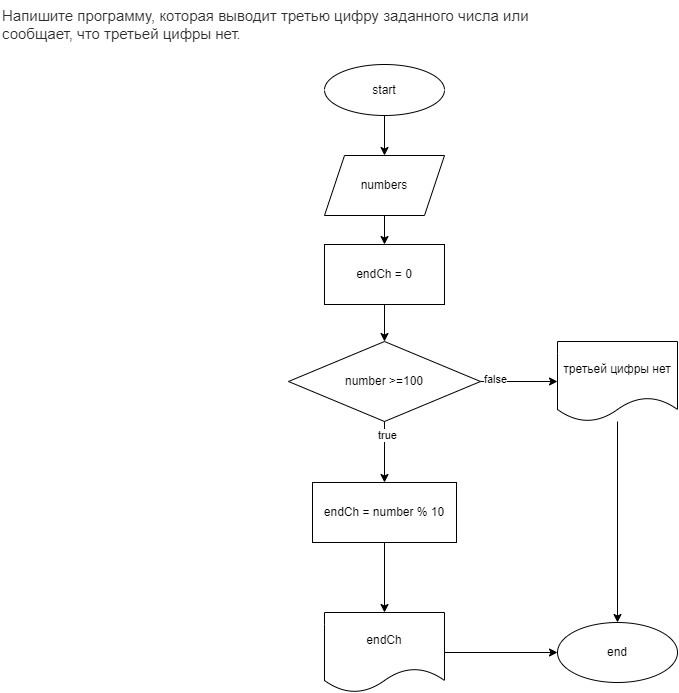
Chasik335/HW2 keeps this draw.io diagram as Task2/diagram.drawio.png. Above is the earlier version. Source tidied: cells renumbered, new cells last; positions are measured from the earlier drawing's top-left corner, leaving out a move shared by most shapes. The source it was exported from:
```xml
<mxGraphModel>
  <root>
    <mxCell id="0" />
    <mxCell id="1" parent="0" />
    <mxCell id="2" style="edgeStyle=none;html=1;" parent="1" edge="1" source="3" target="6">
      <mxGeometry relative="1" as="geometry" />
    </mxCell>
    <mxCell id="3" value="start" style="ellipse;whiteSpace=wrap;html=1;" parent="1" vertex="1">
      <mxGeometry x="324" y="64" width="120" height="51" as="geometry" />
    </mxCell>
    <mxCell id="4" value="&lt;span style=&quot;color: rgb(44, 45, 48); font-family: roboto, &amp;quot;san francisco&amp;quot;, &amp;quot;helvetica neue&amp;quot;, helvetica, arial; font-size: 15px; font-style: normal; font-weight: 400; letter-spacing: normal; text-indent: 0px; text-transform: none; word-spacing: 0px; background-color: rgb(255, 255, 255); display: inline; float: none;&quot;&gt;Напишите программу, которая выводит третью цифру заданного числа или сообщает, что третьей цифры нет.&lt;/span&gt;" style="text;whiteSpace=wrap;html=1;" parent="1" vertex="1">
      <mxGeometry width="540" height="44" as="geometry" />
    </mxCell>
    <mxCell id="5" style="edgeStyle=none;html=1;" parent="1" edge="1" source="6" target="8">
      <mxGeometry relative="1" as="geometry" />
    </mxCell>
    <mxCell id="6" value="numbers" style="shape=parallelogram;perimeter=parallelogramPerimeter;whiteSpace=wrap;html=1;fixedSize=1;" parent="1" vertex="1">
      <mxGeometry x="324" y="155" width="120" height="60" as="geometry" />
    </mxCell>
    <mxCell id="7" style="edgeStyle=none;html=1;" parent="1" edge="1" source="8" target="13">
      <mxGeometry relative="1" as="geometry" />
    </mxCell>
    <mxCell id="8" value="endCh = 0" style="whiteSpace=wrap;html=1;" parent="1" vertex="1">
      <mxGeometry x="324" y="244" width="120" height="60" as="geometry" />
    </mxCell>
    <mxCell id="9" style="edgeStyle=none;html=1;" parent="1" edge="1" source="13" target="15">
      <mxGeometry relative="1" as="geometry" />
    </mxCell>
    <mxCell id="10" value="true" style="edgeLabel;html=1;align=center;verticalAlign=middle;" parent="9" vertex="1">
      <mxGeometry x="-0.56" y="2" relative="1" as="geometry" />
    </mxCell>
    <mxCell id="11" style="edgeStyle=none;html=1;" parent="1" edge="1" source="13" target="19">
      <mxGeometry relative="1" as="geometry" />
    </mxCell>
    <mxCell id="12" value="false" style="edgeLabel;html=1;align=center;verticalAlign=middle;" parent="11" vertex="1">
      <mxGeometry x="-0.64" y="3" relative="1" as="geometry" />
    </mxCell>
    <mxCell id="13" value="number &amp;gt;=100" style="rhombus;whiteSpace=wrap;html=1;" parent="1" vertex="1">
      <mxGeometry x="288" y="341" width="192" height="80" as="geometry" />
    </mxCell>
    <mxCell id="14" style="edgeStyle=none;html=1;" parent="1" edge="1" source="15" target="17">
      <mxGeometry relative="1" as="geometry" />
    </mxCell>
    <mxCell id="15" value="endCh = number % 10" style="whiteSpace=wrap;html=1;" parent="1" vertex="1">
      <mxGeometry x="312" y="482" width="144" height="60" as="geometry" />
    </mxCell>
    <mxCell id="16" style="edgeStyle=none;html=1;" parent="1" edge="1" source="17" target="20">
      <mxGeometry relative="1" as="geometry" />
    </mxCell>
    <mxCell id="17" value="endCh" style="shape=document;whiteSpace=wrap;html=1;boundedLbl=1;" parent="1" vertex="1">
      <mxGeometry x="324" y="612" width="120" height="80" as="geometry" />
    </mxCell>
    <mxCell id="18" style="edgeStyle=none;html=1;entryX=0.5;entryY=0;entryDx=0;entryDy=0;" parent="1" edge="1" source="19" target="20">
      <mxGeometry relative="1" as="geometry" />
    </mxCell>
    <mxCell id="19" value="третьей цифры нет" style="shape=document;whiteSpace=wrap;html=1;boundedLbl=1;" parent="1" vertex="1">
      <mxGeometry x="557" y="341" width="120" height="80" as="geometry" />
    </mxCell>
    <mxCell id="20" value="end" style="ellipse;whiteSpace=wrap;html=1;" parent="1" vertex="1">
      <mxGeometry x="557" y="622" width="120" height="60" as="geometry" />
    </mxCell>
  </root>
</mxGraphModel>
```
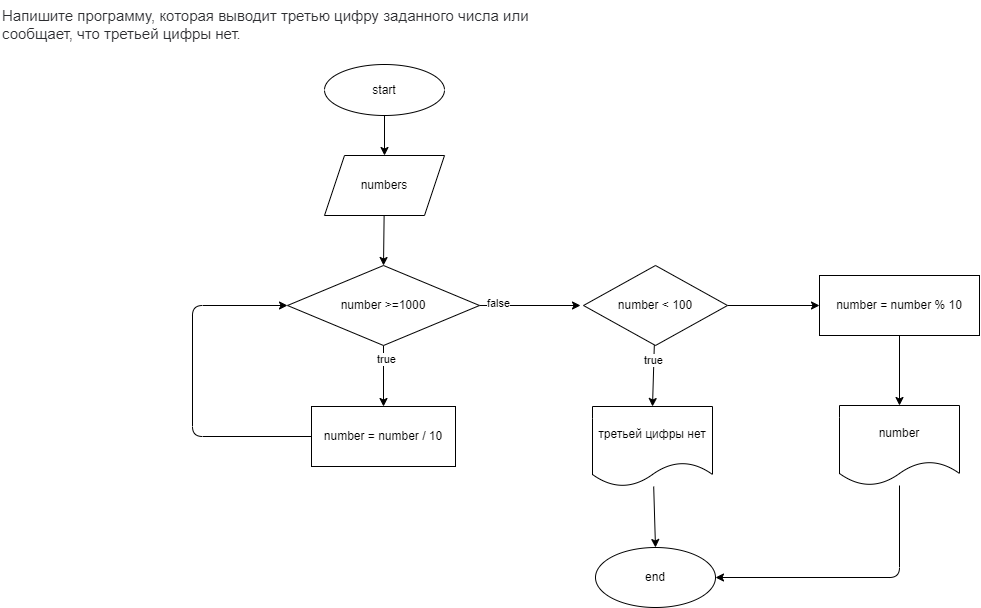
After the commit.

The edit, as a diff of the source:
```diff
@@ -11,53 +11,76 @@
     <mxCell id="4" value="&lt;span style=&quot;color: rgb(44, 45, 48); font-family: roboto, &amp;quot;san francisco&amp;quot;, &amp;quot;helvetica neue&amp;quot;, helvetica, arial; font-size: 15px; font-style: normal; font-weight: 400; letter-spacing: normal; text-indent: 0px; text-transform: none; word-spacing: 0px; background-color: rgb(255, 255, 255); display: inline; float: none;&quot;&gt;Напишите программу, которая выводит третью цифру заданного числа или сообщает, что третьей цифры нет.&lt;/span&gt;" style="text;whiteSpace=wrap;html=1;" parent="1" vertex="1">
       <mxGeometry width="540" height="44" as="geometry" />
     </mxCell>
-    <mxCell id="5" style="edgeStyle=none;html=1;" parent="1" edge="1" source="6" target="8">
-      <mxGeometry relative="1" as="geometry" />
-    </mxCell>
+    <mxCell id="21" style="edgeStyle=none;html=1;entryX=0.5;entryY=0;entryDx=0;entryDy=0;" parent="1" edge="1" source="6" target="13">
+      <mxGeometry relative="1" as="geometry" />
+    </mxCell>
     <mxCell id="6" value="numbers" style="shape=parallelogram;perimeter=parallelogramPerimeter;whiteSpace=wrap;html=1;fixedSize=1;" parent="1" vertex="1">
       <mxGeometry x="324" y="155" width="120" height="60" as="geometry" />
     </mxCell>
-    <mxCell id="7" style="edgeStyle=none;html=1;" parent="1" edge="1" source="8" target="13">
-      <mxGeometry relative="1" as="geometry" />
-    </mxCell>
-    <mxCell id="8" value="endCh = 0" style="whiteSpace=wrap;html=1;" parent="1" vertex="1">
-      <mxGeometry x="324" y="244" width="120" height="60" as="geometry" />
-    </mxCell>
     <mxCell id="9" style="edgeStyle=none;html=1;" parent="1" edge="1" source="13" target="15">
       <mxGeometry relative="1" as="geometry" />
     </mxCell>
     <mxCell id="10" value="true" style="edgeLabel;html=1;align=center;verticalAlign=middle;" parent="9" vertex="1">
       <mxGeometry x="-0.56" y="2" relative="1" as="geometry" />
     </mxCell>
-    <mxCell id="11" style="edgeStyle=none;html=1;" parent="1" edge="1" source="13" target="19">
-      <mxGeometry relative="1" as="geometry" />
+    <mxCell id="11" style="edgeStyle=none;html=1;" parent="1" edge="1" source="13">
+      <mxGeometry relative="1" as="geometry">
+        <mxPoint x="580" y="305" as="targetPoint" />
+      </mxGeometry>
     </mxCell>
     <mxCell id="12" value="false" style="edgeLabel;html=1;align=center;verticalAlign=middle;" parent="11" vertex="1">
       <mxGeometry x="-0.64" y="3" relative="1" as="geometry" />
     </mxCell>
-    <mxCell id="13" value="number &amp;gt;=100" style="rhombus;whiteSpace=wrap;html=1;" parent="1" vertex="1">
-      <mxGeometry x="288" y="341" width="192" height="80" as="geometry" />
+    <mxCell id="13" value="number &amp;gt;=1000" style="rhombus;whiteSpace=wrap;html=1;" parent="1" vertex="1">
+      <mxGeometry x="287" y="265" width="192" height="80" as="geometry" />
     </mxCell>
-    <mxCell id="14" style="edgeStyle=none;html=1;" parent="1" edge="1" source="15" target="17">
-      <mxGeometry relative="1" as="geometry" />
-    </mxCell>
+    <mxCell id="22" style="edgeStyle=none;html=1;entryX=0;entryY=0.5;entryDx=0;entryDy=0;" parent="1" edge="1" source="15" target="13">
+      <mxGeometry relative="1" as="geometry">
+        <Array as="points">
+          <mxPoint x="192" y="436" />
+          <mxPoint x="192" y="305" />
+        </Array>
+      </mxGeometry>
+    </mxCell>
-    <mxCell id="15" value="endCh = number % 10" style="whiteSpace=wrap;html=1;" parent="1" vertex="1">
-      <mxGeometry x="312" y="482" width="144" height="60" as="geometry" />
+    <mxCell id="15" value="number&amp;nbsp;= number / 10" style="whiteSpace=wrap;html=1;" parent="1" vertex="1">
+      <mxGeometry x="311" y="406" width="144" height="60" as="geometry" />
     </mxCell>
-    <mxCell id="16" style="edgeStyle=none;html=1;" parent="1" edge="1" source="17" target="20">
-      <mxGeometry relative="1" as="geometry" />
-    </mxCell>
-    <mxCell id="17" value="endCh" style="shape=document;whiteSpace=wrap;html=1;boundedLbl=1;" parent="1" vertex="1">
-      <mxGeometry x="324" y="612" width="120" height="80" as="geometry" />
-    </mxCell>
     <mxCell id="18" style="edgeStyle=none;html=1;entryX=0.5;entryY=0;entryDx=0;entryDy=0;" parent="1" edge="1" source="19" target="20">
       <mxGeometry relative="1" as="geometry" />
     </mxCell>
     <mxCell id="19" value="третьей цифры нет" style="shape=document;whiteSpace=wrap;html=1;boundedLbl=1;" parent="1" vertex="1">
-      <mxGeometry x="557" y="341" width="120" height="80" as="geometry" />
+      <mxGeometry x="592" y="406" width="120" height="80" as="geometry" />
     </mxCell>
     <mxCell id="20" value="end" style="ellipse;whiteSpace=wrap;html=1;" parent="1" vertex="1">
-      <mxGeometry x="557" y="622" width="120" height="60" as="geometry" />
+      <mxGeometry x="595" y="547" width="120" height="60" as="geometry" />
     </mxCell>
+    <mxCell id="23" style="edgeStyle=none;html=1;entryX=0.5;entryY=0;entryDx=0;entryDy=0;" parent="1" edge="1" source="26" target="19">
+      <mxGeometry relative="1" as="geometry" />
+    </mxCell>
+    <mxCell id="24" value="true" style="edgeLabel;html=1;align=center;verticalAlign=middle;" parent="23" vertex="1">
+      <mxGeometry x="-0.5" y="-1" relative="1" as="geometry" />
+    </mxCell>
+    <mxCell id="25" style="edgeStyle=none;html=1;" parent="1" edge="1" source="26" target="28">
+      <mxGeometry relative="1" as="geometry" />
+    </mxCell>
+    <mxCell id="26" value="number &amp;lt; 100" style="rhombus;whiteSpace=wrap;html=1;" parent="1" vertex="1">
+      <mxGeometry x="583" y="265" width="144" height="80" as="geometry" />
+    </mxCell>
+    <mxCell id="27" style="edgeStyle=none;html=1;" parent="1" edge="1" source="28" target="30">
+      <mxGeometry relative="1" as="geometry" />
+    </mxCell>
+    <mxCell id="28" value="number = number % 10" style="whiteSpace=wrap;html=1;" parent="1" vertex="1">
+      <mxGeometry x="819" y="275" width="160" height="60" as="geometry" />
+    </mxCell>
+    <mxCell id="29" style="edgeStyle=none;html=1;entryX=1;entryY=0.5;entryDx=0;entryDy=0;" parent="1" edge="1" source="30" target="20">
+      <mxGeometry relative="1" as="geometry">
+        <Array as="points">
+          <mxPoint x="899" y="577" />
+        </Array>
+      </mxGeometry>
+    </mxCell>
+    <mxCell id="30" value="number" style="shape=document;whiteSpace=wrap;html=1;boundedLbl=1;" parent="1" vertex="1">
+      <mxGeometry x="839" y="405" width="120" height="80" as="geometry" />
+    </mxCell>
   </root>
 </mxGraphModel>
```
